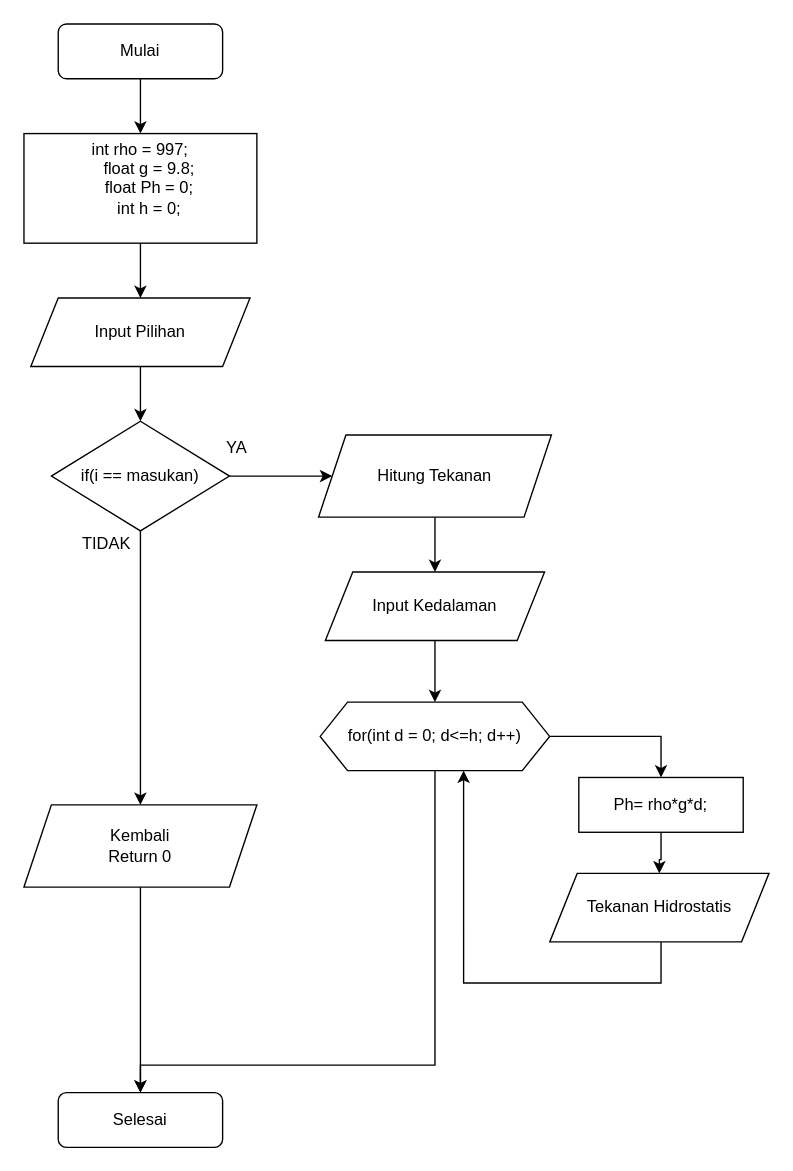
This is Untitled Diagram.drawio from joeinus134131/OnlineDiagramProject, a draw.io file, before an edit. Source tidied: cells renumbered, new cells numbered last; positions are measured from the earlier drawing's top-left corner, leaving out a move shared by most shapes. Both pictures are drawn from the tidied source at 137%, with x=0, y=0 at pixel (23, 23).
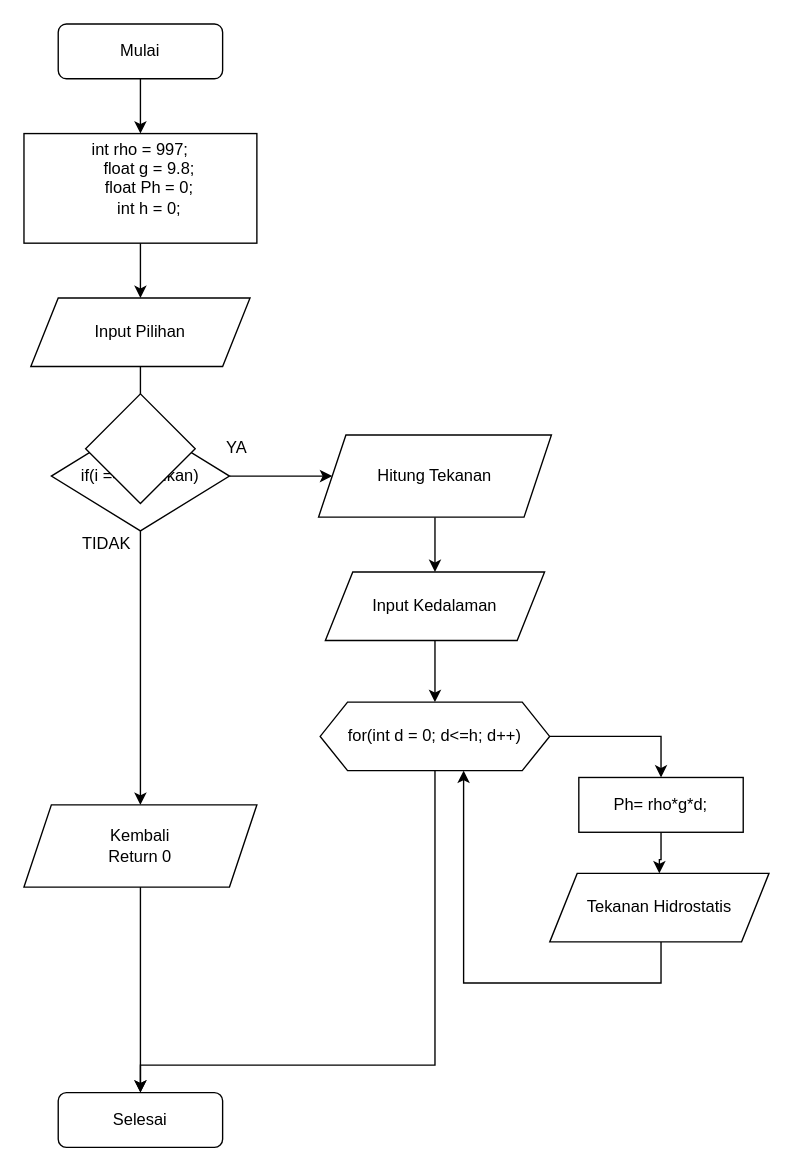
Above is the later version.

Commit message:
Program1 Fisika Diagram.drawio

Diff of the diagram source:
```diff
@@
+    <mxCell id="27" style="rhombus;whiteSpace=wrap;html=1;" parent="1" vertex="1">
+      <mxGeometry x="45" y="270" width="80" height="80" as="geometry" />
+    </mxCell>
```
